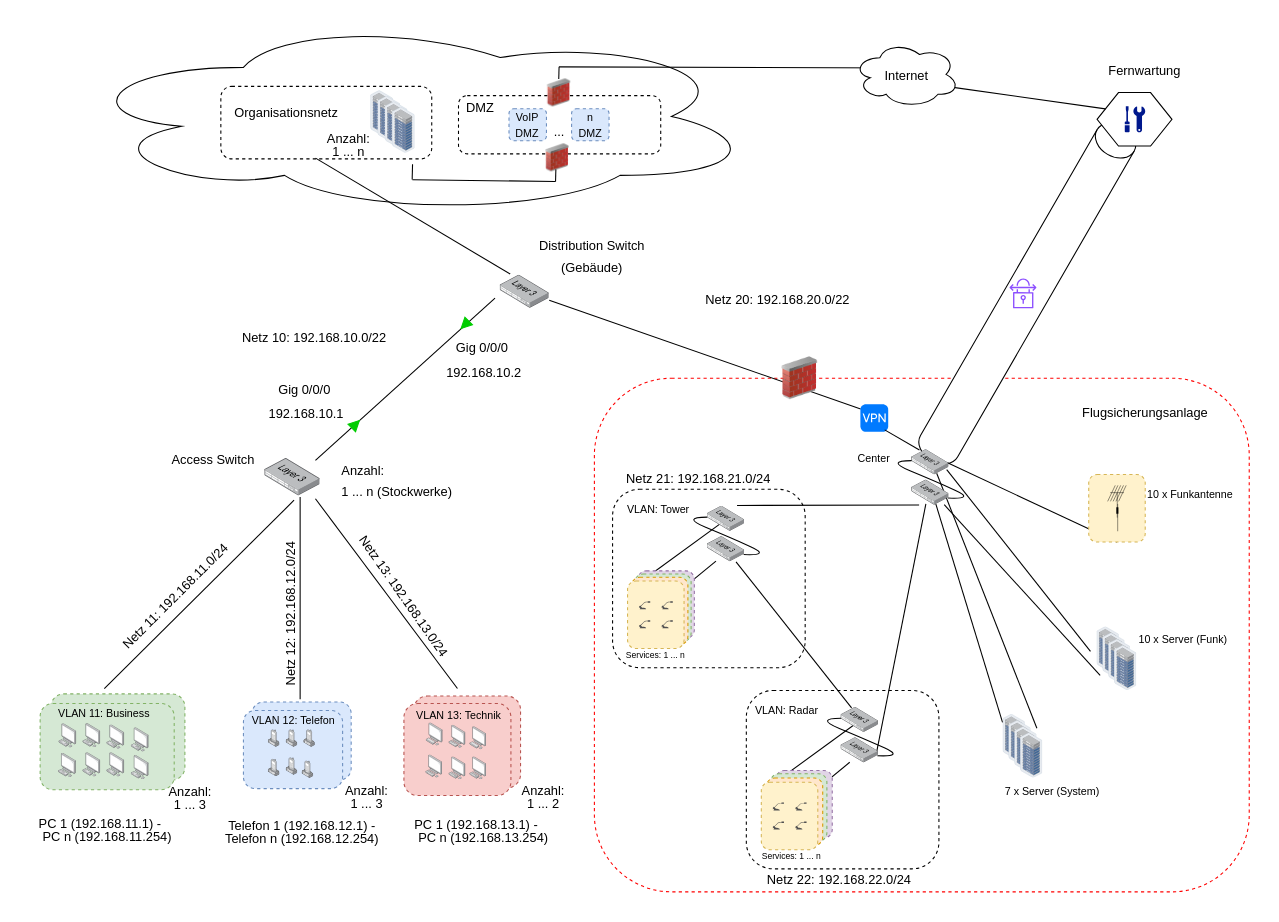
Before: Logische Netzwerktopologie.drawio in meetSeb/Computer-Network, a draw.io diagram. Source tidied: cells renumbered, new cells numbered last; positions are measured from the earlier drawing's top-left corner, leaving out a move shared by most shapes. Both pictures are drawn from the tidied source at 107%, with x=0, y=0 at pixel (18, 18).
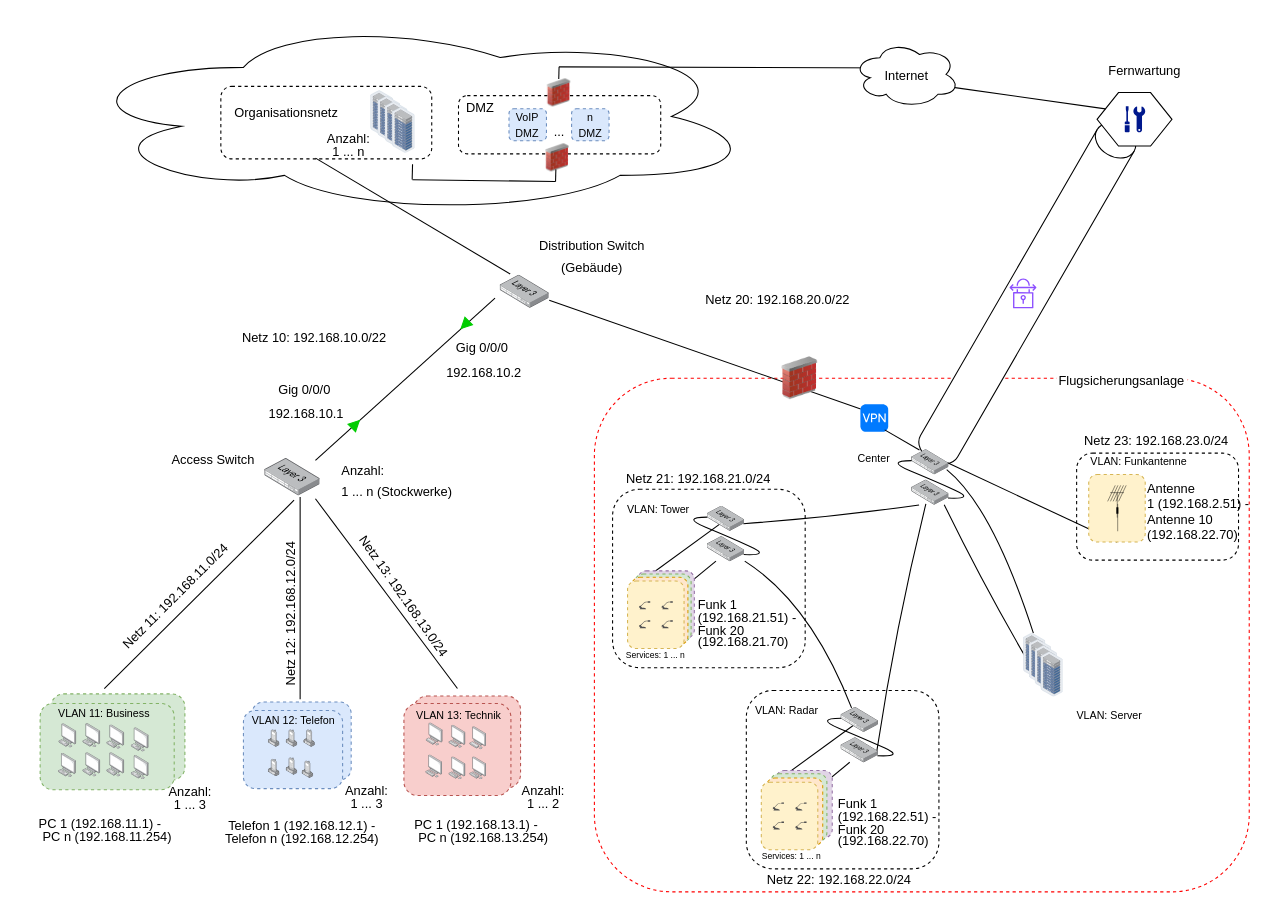
The same diagram, later.

Unchanged cells that the change refers to:
```xml
<mxCell id="105" style="image;points=[];html=1;align=center;shadow=0;dashed=0;image=img/lib/allied_telesis/storage/Datacenter_Server_Rack_ToR.svg;" parent="104" vertex="1">
  <mxGeometry width="20.8" height="42.1" as="geometry" />
</mxCell>
<mxCell id="116" style="image;points=[];html=1;align=center;shadow=0;dashed=0;image=img/lib/allied_telesis/switch/Switch_52_port_L3.svg;" parent="115" vertex="1">
  <mxGeometry width="35" height="23.7" as="geometry" />
</mxCell>
<mxCell id="117" style="image;points=[];html=1;align=center;shadow=0;dashed=0;image=img/lib/allied_telesis/switch/Switch_52_port_L3.svg;" parent="115" vertex="1">
  <mxGeometry y="28.4" width="35" height="23.7" as="geometry" />
</mxCell>
<mxCell id="151" style="image;points=[];html=1;align=center;shadow=0;dashed=0;image=img/lib/allied_telesis/switch/Switch_52_port_L3.svg;" parent="150" vertex="1">
  <mxGeometry width="35" height="23.7" as="geometry" />
</mxCell>
<mxCell id="152" style="image;points=[];html=1;align=center;shadow=0;dashed=0;image=img/lib/allied_telesis/switch/Switch_52_port_L3.svg;" parent="150" vertex="1">
  <mxGeometry y="28.4" width="35" height="23.7" as="geometry" />
</mxCell>
<mxCell id="173" style="image;points=[];html=1;align=center;shadow=0;dashed=0;image=img/lib/allied_telesis/switch/Switch_52_port_L3.svg;" parent="172" vertex="1">
  <mxGeometry width="35" height="23.7" as="geometry" />
</mxCell>
<mxCell id="174" style="image;points=[];html=1;align=center;shadow=0;dashed=0;image=img/lib/allied_telesis/switch/Switch_52_port_L3.svg;" parent="172" vertex="1">
  <mxGeometry y="28.4" width="35" height="23.7" as="geometry" />
</mxCell>
```

Change to the diagram source:
```diff
@@
+    <mxCell id="177" style="rounded=1;whiteSpace=wrap;html=1;fillColor=none;dashed=1;" parent="1" vertex="1">
+      <mxGeometry x="988.7" y="406" width="151.3" height="100" as="geometry" />
+    </mxCell>
@@
-    <mxCell id="85" value="&lt;span style=&quot;font-size: 12px;&quot;&gt;Flugsicherungsanlage&lt;/span&gt;" style="text;strokeColor=none;fillColor=none;html=1;align=center;verticalAlign=middle;whiteSpace=wrap;rounded=0;fontSize=16;" parent="1" vertex="1">
-      <mxGeometry x="991.7" y="348.1" width="122.4" height="37.9" as="geometry" />
+    <mxCell id="85" value="&lt;span style=&quot;font-size: 12px;&quot;&gt;Flugsicherungsanlage&lt;/span&gt;" style="text;strokeColor=none;fillColor=#FFFFFF;html=1;align=center;verticalAlign=middle;whiteSpace=wrap;rounded=0;fontSize=16;" parent="1" vertex="1">
+      <mxGeometry x="970" y="318.1" width="122.4" height="37.9" as="geometry" />
     </mxCell>
-    <mxCell id="86" style="endArrow=none;html=1;rounded=0;fontSize=12;startSize=8;endSize=8;curved=1;entryX=-0.026;entryY=0.178;entryDx=0;entryDy=0;exitX=0.645;exitY=0.944;exitDx=0;exitDy=0;exitPerimeter=0;entryPerimeter=0;" parent="1" edge="1" source="117" target="99">
-      <mxGeometry relative="1" as="geometry" />
-    </mxCell>
-    <mxCell id="87" style="endArrow=none;html=1;rounded=0;fontSize=12;startSize=8;endSize=8;curved=1;entryX=-0.296;entryY=0.543;entryDx=0;entryDy=0;entryPerimeter=0;exitX=0.936;exitY=0.786;exitDx=0;exitDy=0;exitPerimeter=0;" parent="1" edge="1" source="116" target="105">
-      <mxGeometry relative="1" as="geometry" />
+    <mxCell id="87" style="endArrow=none;html=1;rounded=0;fontSize=12;startSize=8;endSize=8;curved=1;entryX=0.441;entryY=-0.006;entryDx=0;entryDy=0;entryPerimeter=0;exitX=0.936;exitY=0.786;exitDx=0;exitDy=0;exitPerimeter=0;" parent="1" edge="1" source="116" target="105">
+      <mxGeometry relative="1" as="geometry">
+        <Array as="points">
+          <mxPoint x="910" y="456" />
+        </Array>
+      </mxGeometry>
     </mxCell>
-    <mxCell id="88" style="endArrow=none;html=1;rounded=0;fontSize=12;startSize=8;endSize=8;curved=1;entryX=0.138;entryY=1.077;entryDx=0;entryDy=0;exitX=0.87;exitY=0.974;exitDx=0;exitDy=0;exitPerimeter=0;entryPerimeter=0;" parent="1" edge="1" source="117" target="105">
-      <mxGeometry relative="1" as="geometry" />
+    <mxCell id="88" style="endArrow=none;html=1;rounded=0;fontSize=12;startSize=8;endSize=8;curved=1;exitX=0.87;exitY=0.974;exitDx=0;exitDy=0;exitPerimeter=0;" parent="1" edge="1" source="117">
+      <mxGeometry relative="1" as="geometry">
+        <mxPoint x="940" y="595" as="targetPoint" />
+        <Array as="points">
+          <mxPoint x="900" y="526" />
+        </Array>
+      </mxGeometry>
     </mxCell>
-    <mxCell id="89" style="endArrow=none;html=1;rounded=0;fontSize=12;startSize=8;endSize=8;curved=1;entryX=0.993;entryY=0.031;entryDx=0;entryDy=0;entryPerimeter=0;exitX=0.669;exitY=0.932;exitDx=0;exitDy=0;exitPerimeter=0;" parent="1" edge="1" source="116" target="101">
-      <mxGeometry relative="1" as="geometry" />
-    </mxCell>
@@
-    <mxCell id="98" style="group;" parent="1" vertex="1">
-      <mxGeometry x="920" y="650.2" width="37.1" height="65.6" as="geometry" />
-    </mxCell>
-    <mxCell id="99" style="image;points=[];html=1;align=center;shadow=0;dashed=0;image=img/lib/allied_telesis/storage/Datacenter_Server_Rack_ToR.svg;" parent="98" vertex="1">
-      <mxGeometry width="20.8" height="42.1" as="geometry" />
-    </mxCell>
-    <mxCell id="100" style="image;html=1;align=center;shadow=0;dashed=0;image=img/lib/allied_telesis/storage/Datacenter_Server_Rack_ToR.svg;" parent="98" vertex="1">
-      <mxGeometry x="5.4" y="5.8" width="20.8" height="42.1" as="geometry" />
-    </mxCell>
-    <mxCell id="101" style="image;points=[];html=1;align=center;shadow=0;dashed=0;image=img/lib/allied_telesis/storage/Datacenter_Server_Rack_ToR.svg;" parent="98" vertex="1">
-      <mxGeometry x="10.9" y="11.6" width="20.8" height="42.1" as="geometry" />
-    </mxCell>
-    <mxCell id="102" style="image;html=1;align=center;shadow=0;dashed=0;image=img/lib/allied_telesis/storage/Datacenter_Server_Rack_ToR.svg;" parent="98" vertex="1">
-      <mxGeometry x="16.3" y="17.4" width="20.8" height="42.1" as="geometry" />
-    </mxCell>
-    <mxCell id="103" value="&lt;font style=&quot;font-size: 10px;&quot;&gt;7 x&amp;nbsp;&lt;/font&gt;&lt;span style=&quot;font-size: 10px;&quot;&gt;Server (System)&lt;/span&gt;&lt;div style=&quot;font-size: 10px;&quot;&gt;&lt;div&gt;&lt;span style=&quot;&quot;&gt;&lt;br&gt;&lt;/span&gt;&lt;/div&gt;&lt;/div&gt;" style="text;strokeColor=none;fillColor=none;html=1;align=left;verticalAlign=top;whiteSpace=wrap;rounded=0;fontSize=16;" parent="1" vertex="1">
-      <mxGeometry x="920" y="704.2" width="99" height="45.1" as="geometry" />
-    </mxCell>
     <mxCell id="104" style="group;" parent="1" vertex="1">
-      <mxGeometry x="1007.8" y="568.4" width="37.1" height="65.6" as="geometry" />
+      <mxGeometry x="939.1" y="574.4" width="37.1" height="65.6" as="geometry" />
     </mxCell>
@@
-    <mxCell id="109" value="&lt;font style=&quot;font-size: 10px;&quot;&gt;10 x &lt;/font&gt;&lt;span style=&quot;font-size: 10px;&quot;&gt;Server (Funk)&lt;/span&gt;&lt;div style=&quot;font-size: 10px;&quot;&gt;&lt;div&gt;&lt;span style=&quot;&quot;&gt;&lt;br&gt;&lt;/span&gt;&lt;/div&gt;&lt;/div&gt;" style="text;strokeColor=none;fillColor=none;html=1;align=left;verticalAlign=top;whiteSpace=wrap;rounded=0;fontSize=16;" parent="1" vertex="1">
-      <mxGeometry x="1044.9" y="561.8" width="95.8" height="45.1" as="geometry" />
+    <mxCell id="109" value="&lt;span style=&quot;font-size: 10px;&quot;&gt;VLAN: Server&lt;/span&gt;&lt;div style=&quot;font-size: 10px;&quot;&gt;&lt;div&gt;&lt;span style=&quot;&quot;&gt;&lt;br&gt;&lt;/span&gt;&lt;/div&gt;&lt;/div&gt;" style="text;strokeColor=none;fillColor=none;html=1;align=left;verticalAlign=top;whiteSpace=wrap;rounded=0;fontSize=16;" parent="1" vertex="1">
+      <mxGeometry x="986.7" y="633" width="95.8" height="45.1" as="geometry" />
     </mxCell>
-    <mxCell id="110" value="&lt;font style=&quot;font-size: 10px;&quot;&gt;10 x&amp;nbsp;&lt;/font&gt;&lt;span style=&quot;font-size: 10px;&quot;&gt;Funkantenne&lt;/span&gt;&lt;div style=&quot;font-size: 10px;&quot;&gt;&lt;div&gt;&lt;span style=&quot;&quot;&gt;&lt;br&gt;&lt;/span&gt;&lt;/div&gt;&lt;/div&gt;" style="text;strokeColor=none;fillColor=none;html=1;align=left;verticalAlign=top;whiteSpace=wrap;rounded=0;fontSize=16;" parent="1" vertex="1">
-      <mxGeometry x="1052.8" y="426" width="91.8" height="45.1" as="geometry" />
+    <mxCell id="110" value="&lt;div style=&quot;font-size: 12px;&quot;&gt;&lt;div&gt;&lt;span style=&quot;&quot;&gt;Antenne 1&amp;nbsp;&lt;/span&gt;&lt;font style=&quot;font-size: 12px;&quot;&gt;(&lt;/font&gt;&lt;span style=&quot;font-size: 12px;&quot;&gt;192.168.2.51) -&lt;/span&gt;&lt;span style=&quot;font-size: 12px;&quot;&gt;Antenne 10 (&lt;/span&gt;&lt;span style=&quot;font-size: 12px;&quot;&gt;192.168.22.70)&lt;/span&gt;&lt;/div&gt;&lt;/div&gt;" style="text;strokeColor=none;fillColor=none;html=1;align=left;verticalAlign=top;whiteSpace=wrap;rounded=0;fontSize=16;" parent="1" vertex="1">
+      <mxGeometry x="1052.8" y="426" width="107.2" height="70" as="geometry" />
     </mxCell>
@@
     <mxCell id="120" style="endArrow=none;html=1;rounded=0;fontSize=12;startSize=8;endSize=8;curved=1;entryX=0.953;entryY=0.55;entryDx=0;entryDy=0;exitX=0.38;exitY=0.944;exitDx=0;exitDy=0;exitPerimeter=0;entryPerimeter=0;" parent="1" edge="1" source="117" target="174">
-      <mxGeometry relative="1" as="geometry" />
+      <mxGeometry relative="1" as="geometry">
+        <Array as="points">
+          <mxPoint x="820" y="566" />
+        </Array>
+      </mxGeometry>
     </mxCell>
     <mxCell id="121" style="endArrow=none;html=1;rounded=0;fontSize=12;startSize=8;endSize=8;curved=1;entryX=0.282;entryY=0.024;entryDx=0;entryDy=0;entryPerimeter=0;" parent="1" edge="1" source="152" target="173">
-      <mxGeometry relative="1" as="geometry" />
+      <mxGeometry relative="1" as="geometry">
+        <Array as="points">
+          <mxPoint x="740" y="546" />
+        </Array>
+      </mxGeometry>
     </mxCell>
-    <mxCell id="122" style="endArrow=none;html=1;rounded=0;fontSize=12;startSize=8;endSize=8;curved=1;entryX=0.795;entryY=-0.027;entryDx=0;entryDy=0;exitX=0.199;exitY=0.984;exitDx=0;exitDy=0;exitPerimeter=0;entryPerimeter=0;" parent="1" edge="1" source="117" target="151">
-      <mxGeometry relative="1" as="geometry" />
+    <mxCell id="122" style="endArrow=none;html=1;rounded=0;fontSize=12;startSize=8;endSize=8;curved=1;entryX=0.963;entryY=0.695;entryDx=0;entryDy=0;exitX=0.199;exitY=0.984;exitDx=0;exitDy=0;exitPerimeter=0;entryPerimeter=0;" parent="1" edge="1" source="117" target="151">
+      <mxGeometry relative="1" as="geometry">
+        <Array as="points">
+          <mxPoint x="760" y="466" />
+        </Array>
+      </mxGeometry>
     </mxCell>
@@
     <mxCell id="157" style="group;" parent="1" vertex="1">
-      <mxGeometry x="680" y="624" width="180" height="170.5" as="geometry" />
+      <mxGeometry x="680" y="624" width="225.8" height="170.5" as="geometry" />
     </mxCell>
@@
+    <mxCell id="178" value="&lt;p style=&quot;line-height: 60%;&quot;&gt;&lt;font style=&quot;font-size: 12px;&quot;&gt;Funk 1 (&lt;/font&gt;&lt;span style=&quot;font-size: 12px;&quot;&gt;192.168.22.51)&amp;nbsp;&lt;/span&gt;&lt;span style=&quot;font-size: 12px;&quot;&gt;- &amp;nbsp; &amp;nbsp; Funk 20 (&lt;/span&gt;&lt;span style=&quot;font-size: 12px;&quot;&gt;192.168.22.70)&lt;/span&gt;&lt;/p&gt;" style="text;strokeColor=none;fillColor=none;html=1;align=left;verticalAlign=middle;whiteSpace=wrap;rounded=0;fontSize=16;rotation=0;" parent="157" vertex="1">
+      <mxGeometry x="84.3" y="103.6" width="112.7" height="46.7" as="geometry" />
+    </mxCell>
+    <mxCell id="179" value="&lt;p style=&quot;line-height: 60%;&quot;&gt;&lt;font style=&quot;font-size: 12px;&quot;&gt;Funk 1 (&lt;/font&gt;&lt;span style=&quot;font-size: 12px;&quot;&gt;192.168.21.51)&amp;nbsp;&lt;/span&gt;&lt;span style=&quot;font-size: 12px;&quot;&gt;- &amp;nbsp; &amp;nbsp; Funk 20 (&lt;/span&gt;&lt;span style=&quot;font-size: 12px;&quot;&gt;192.168.21.70)&lt;/span&gt;&lt;/p&gt;" style="text;strokeColor=none;fillColor=none;html=1;align=left;verticalAlign=middle;whiteSpace=wrap;rounded=0;fontSize=16;rotation=0;" parent="1" vertex="1">
+      <mxGeometry x="633.4" y="541.9" width="112.7" height="46.7" as="geometry" />
+    </mxCell>
+    <mxCell id="180" value="&lt;span style=&quot;font-size: 10px;&quot;&gt;VLAN: Funkantenne&lt;/span&gt;&lt;div style=&quot;font-size: 10px;&quot;&gt;&lt;div&gt;&lt;span style=&quot;&quot;&gt;&lt;br&gt;&lt;/span&gt;&lt;/div&gt;&lt;/div&gt;" style="text;strokeColor=none;fillColor=none;html=1;align=left;verticalAlign=top;whiteSpace=wrap;rounded=0;fontSize=16;" parent="1" vertex="1">
+      <mxGeometry x="1000" y="396.2" width="100" height="29.8" as="geometry" />
+    </mxCell>
+    <mxCell id="181" value="&lt;p style=&quot;line-height: 60%;&quot;&gt;&lt;font style=&quot;font-size: 12px;&quot;&gt;Netz 23: 192.168.23.0/24&lt;/font&gt;&lt;/p&gt;" style="text;strokeColor=none;fillColor=none;html=1;align=center;verticalAlign=middle;whiteSpace=wrap;rounded=0;fontSize=16;rotation=0;" parent="1" vertex="1">
+      <mxGeometry x="986.7" y="381.9" width="153.3" height="24.1" as="geometry" />
+    </mxCell>
```
